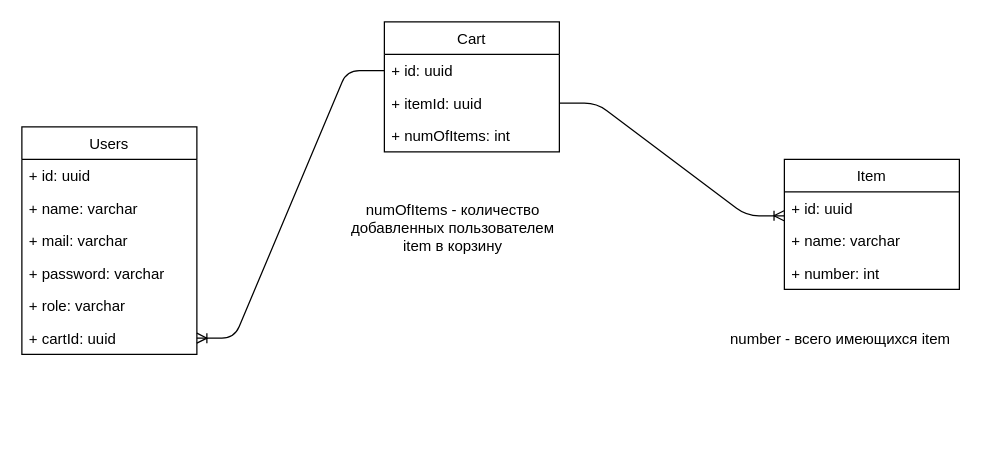
This is CartAPI.drawio from anastasiaakimova/CartAPI, a draw.io file, before an edit. Source tidied: cells renumbered, new cells numbered last; positions are measured from the earlier drawing's top-left corner, leaving out a move shared by most shapes. Both pictures are drawn from the tidied source at 125%, with x=0, y=0 at pixel (21, 21).
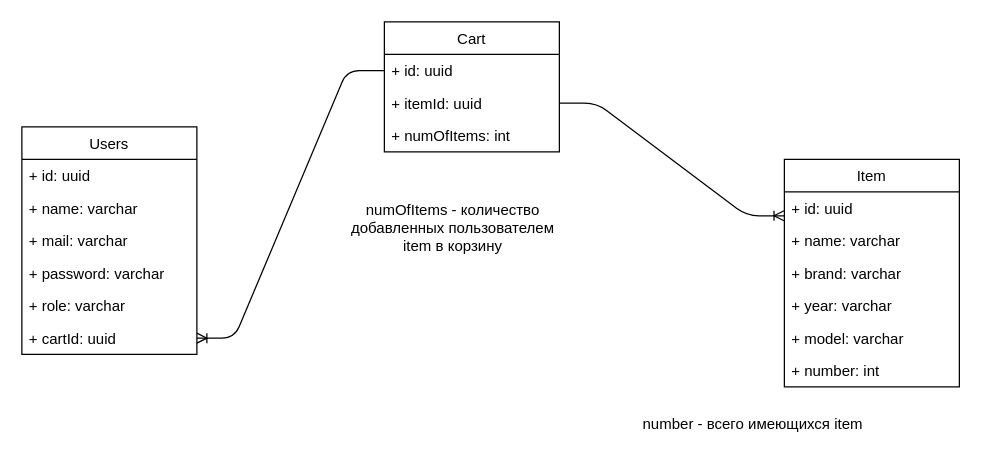
After the change.

Change to the diagram source:
```diff
@@
     <mxCell id="13" value="Item" style="swimlane;fontStyle=0;horizontal=1;startSize=26;fillColor=none;" parent="1" vertex="1">
-      <mxGeometry x="610" y="110" width="140" height="104" as="geometry" />
+      <mxGeometry x="610" y="110" width="140" height="182" as="geometry" />
     </mxCell>
@@
-    <mxCell id="16" value="+ number: int" style="text;strokeColor=none;fillColor=none;align=left;verticalAlign=top;spacingLeft=4;spacingRight=4;overflow=hidden;" parent="13" vertex="1">
+    <mxCell id="16" value="+ brand: varchar" style="text;strokeColor=none;fillColor=none;align=left;verticalAlign=top;spacingLeft=4;spacingRight=4;overflow=hidden;" parent="13" vertex="1">
       <mxGeometry y="78" width="140" height="26" as="geometry" />
     </mxCell>
+    <mxCell id="21" value="+ year: varchar" style="text;strokeColor=none;fillColor=none;align=left;verticalAlign=top;spacingLeft=4;spacingRight=4;overflow=hidden;" parent="13" vertex="1">
+      <mxGeometry y="104" width="140" height="26" as="geometry" />
+    </mxCell>
+    <mxCell id="22" value="+ model: varchar" style="text;strokeColor=none;fillColor=none;align=left;verticalAlign=top;spacingLeft=4;spacingRight=4;overflow=hidden;" parent="13" vertex="1">
+      <mxGeometry y="130" width="140" height="26" as="geometry" />
+    </mxCell>
+    <mxCell id="23" value="+ number: int" style="text;strokeColor=none;fillColor=none;align=left;verticalAlign=top;spacingLeft=4;spacingRight=4;overflow=hidden;" parent="13" vertex="1">
+      <mxGeometry y="156" width="140" height="26" as="geometry" />
+    </mxCell>
@@
     <mxCell id="19" value="number - всего имеющихся item " style="text;html=1;strokeColor=none;fillColor=none;align=center;verticalAlign=middle;whiteSpace=wrap;rounded=0;" parent="1" vertex="1">
-      <mxGeometry x="560" y="242" width="190" height="24" as="geometry" />
+      <mxGeometry x="490" y="310" width="190" height="24" as="geometry" />
     </mxCell>
```
